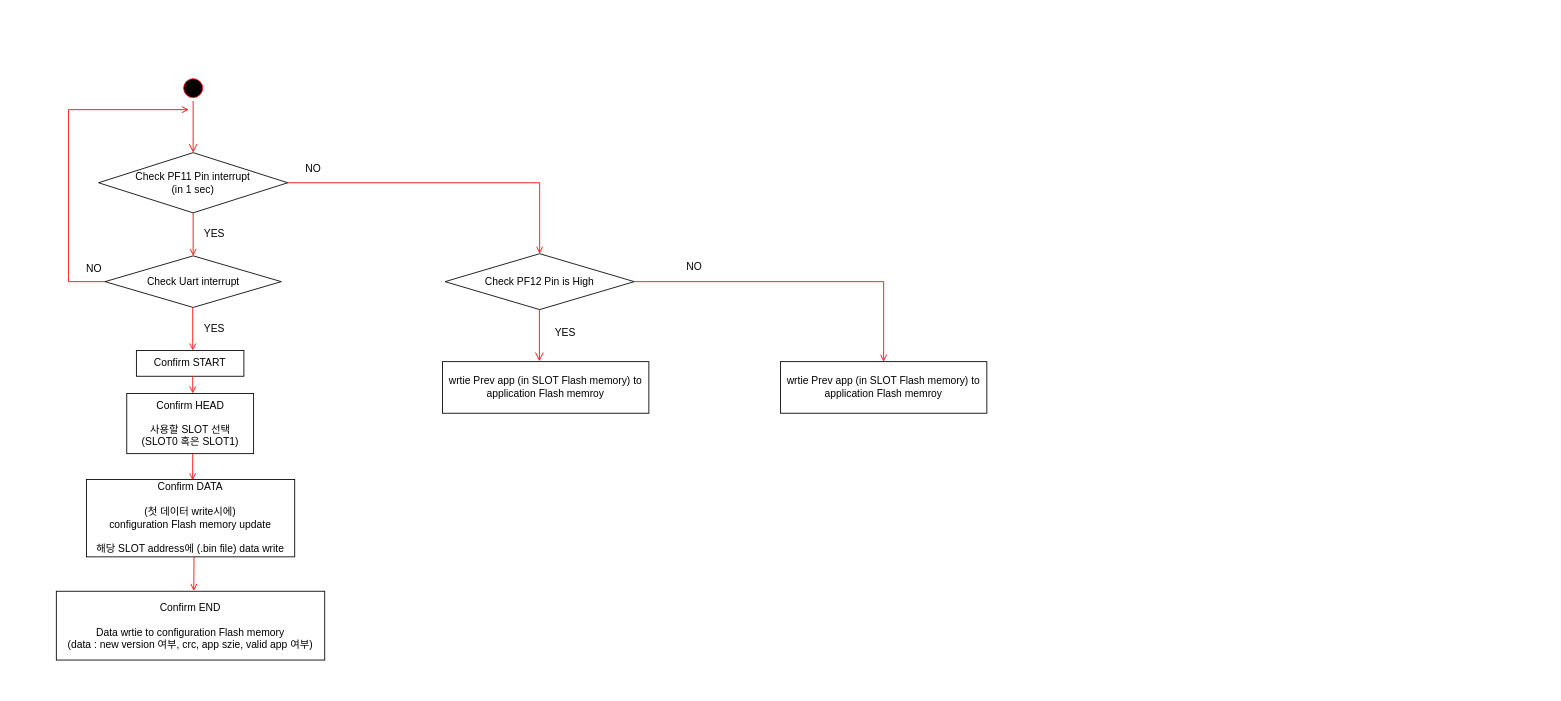
The draw.io diagram BootloaderUpdate_prevVersion.drawio in chaeyoonl/Bootloader_update_crc_prev, before the edit. Source tidied: cells renumbered, new cells numbered last; positions are measured from the earlier drawing's top-left corner, leaving out a move shared by most shapes. Both pictures are drawn from the tidied source at 86%, with x=0, y=0 at pixel (56, 75).
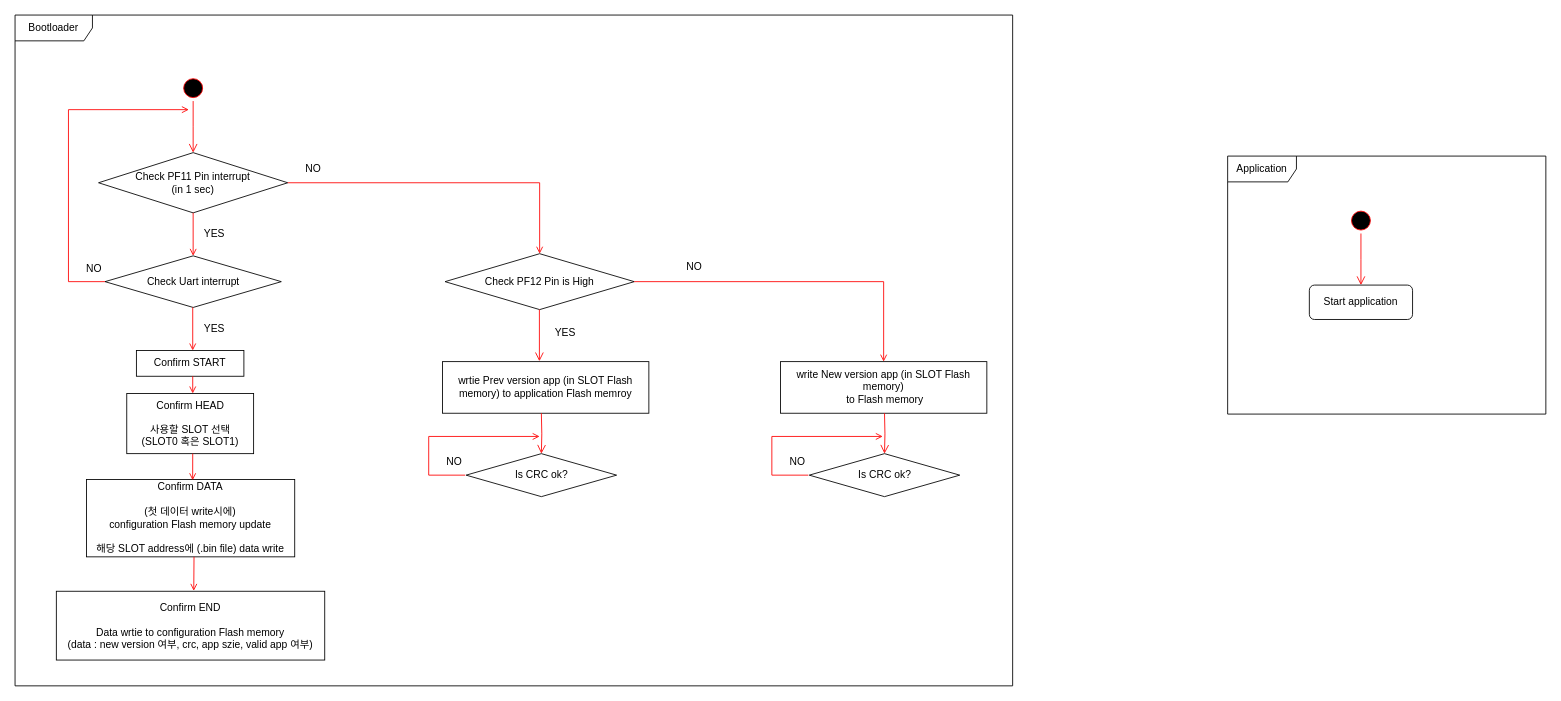
Above is the later version.

What changed in the source:
```diff
@@
+    <mxCell id="28" value="Bootloader" style="shape=umlFrame;whiteSpace=wrap;html=1;width=90;height=30;" parent="1" vertex="1">
+      <mxGeometry x="-48" y="-70" width="1160" height="780" as="geometry" />
+    </mxCell>
@@
-    <mxCell id="22" value="wrtie Prev app (in SLOT Flash memory) to application Flash memroy" style="rounded=0;whiteSpace=wrap;html=1;" parent="1" vertex="1">
+    <mxCell id="22" value="wrtie Prev version app (in SLOT Flash memory) to application Flash memroy" style="rounded=0;whiteSpace=wrap;html=1;" parent="1" vertex="1">
       <mxGeometry x="449" y="333" width="240" height="60" as="geometry" />
     </mxCell>
@@
-    <mxCell id="25" value="wrtie Prev app (in SLOT Flash memory) to application Flash memroy" style="rounded=0;whiteSpace=wrap;html=1;" parent="1" vertex="1">
+    <mxCell id="25" value="write New version app (in SLOT Flash memory)&lt;br&gt;&amp;nbsp;to Flash memory" style="rounded=0;whiteSpace=wrap;html=1;" parent="1" vertex="1">
       <mxGeometry x="842" y="333" width="240" height="60" as="geometry" />
     </mxCell>
@@
+    <mxCell id="29" value="Is CRC ok?" style="rhombus;whiteSpace=wrap;html=1;" parent="1" vertex="1">
+      <mxGeometry x="476.5" y="440" width="175" height="50" as="geometry" />
+    </mxCell>
+    <mxCell id="30" style="edgeStyle=orthogonalEdgeStyle;html=1;verticalAlign=bottom;endArrow=open;endSize=8;strokeColor=#ff0000;rounded=0;exitX=0.5;exitY=1;exitDx=0;exitDy=0;entryX=0.5;entryY=0;entryDx=0;entryDy=0;" parent="1" edge="1" target="29">
+      <mxGeometry relative="1" as="geometry">
+        <mxPoint x="564" y="393" as="sourcePoint" />
+      </mxGeometry>
+    </mxCell>
+    <mxCell id="31" style="endArrow=open;html=1;rounded=0;exitX=0;exitY=0.5;exitDx=0;exitDy=0;strokeColor=#FF0000;endFill=0;edgeStyle=orthogonalEdgeStyle;" parent="1" edge="1">
+      <mxGeometry relative="1" as="geometry">
+        <mxPoint x="475.5" y="465" as="sourcePoint" />
+        <mxPoint x="562" y="420" as="targetPoint" />
+        <Array as="points">
+          <mxPoint x="433" y="465" />
+          <mxPoint x="433" y="420" />
+        </Array>
+      </mxGeometry>
+    </mxCell>
+    <mxCell id="32" value="NO" style="text;html=1;strokeColor=none;fillColor=none;align=center;verticalAlign=middle;whiteSpace=wrap;rounded=0;" parent="1" vertex="1">
+      <mxGeometry x="433" y="435" width="60" height="30" as="geometry" />
+    </mxCell>
+    <mxCell id="33" value="Is CRC ok?" style="rhombus;whiteSpace=wrap;html=1;" parent="1" vertex="1">
+      <mxGeometry x="875.5" y="440" width="175" height="50" as="geometry" />
+    </mxCell>
+    <mxCell id="34" style="edgeStyle=orthogonalEdgeStyle;html=1;verticalAlign=bottom;endArrow=open;endSize=8;strokeColor=#ff0000;rounded=0;exitX=0.5;exitY=1;exitDx=0;exitDy=0;entryX=0.5;entryY=0;entryDx=0;entryDy=0;" parent="1" edge="1" target="33">
+      <mxGeometry relative="1" as="geometry">
+        <mxPoint x="963" y="393" as="sourcePoint" />
+      </mxGeometry>
+    </mxCell>
+    <mxCell id="35" style="endArrow=open;html=1;rounded=0;exitX=0;exitY=0.5;exitDx=0;exitDy=0;strokeColor=#FF0000;endFill=0;edgeStyle=orthogonalEdgeStyle;" parent="1" edge="1">
+      <mxGeometry relative="1" as="geometry">
+        <mxPoint x="874.5" y="465" as="sourcePoint" />
+        <mxPoint x="961" y="420" as="targetPoint" />
+        <Array as="points">
+          <mxPoint x="832" y="465" />
+          <mxPoint x="832" y="420" />
+        </Array>
+      </mxGeometry>
+    </mxCell>
+    <mxCell id="36" value="NO" style="text;html=1;strokeColor=none;fillColor=none;align=center;verticalAlign=middle;whiteSpace=wrap;rounded=0;" parent="1" vertex="1">
+      <mxGeometry x="832" y="435" width="60" height="30" as="geometry" />
+    </mxCell>
+    <mxCell id="37" style="ellipse;html=1;shape=startState;fillColor=#000000;strokeColor=#ff0000;" parent="1" vertex="1">
+      <mxGeometry x="1502" y="154" width="30" height="30" as="geometry" />
+    </mxCell>
+    <mxCell id="38" style="edgeStyle=orthogonalEdgeStyle;html=1;verticalAlign=bottom;endArrow=open;endSize=8;strokeColor=#ff0000;rounded=0;" parent="1" edge="1" source="37">
+      <mxGeometry relative="1" as="geometry">
+        <mxPoint x="1517" y="244" as="targetPoint" />
+      </mxGeometry>
+    </mxCell>
+    <mxCell id="39" value="Start application" style="rounded=1;whiteSpace=wrap;html=1;perimeterSpacing=0;" parent="1" vertex="1">
+      <mxGeometry x="1457" y="244" width="120" height="40" as="geometry" />
+    </mxCell>
+    <mxCell id="40" value="Application" style="shape=umlFrame;whiteSpace=wrap;html=1;width=80;height=30;" parent="1" vertex="1">
+      <mxGeometry x="1362" y="94" width="370" height="300" as="geometry" />
+    </mxCell>
```
